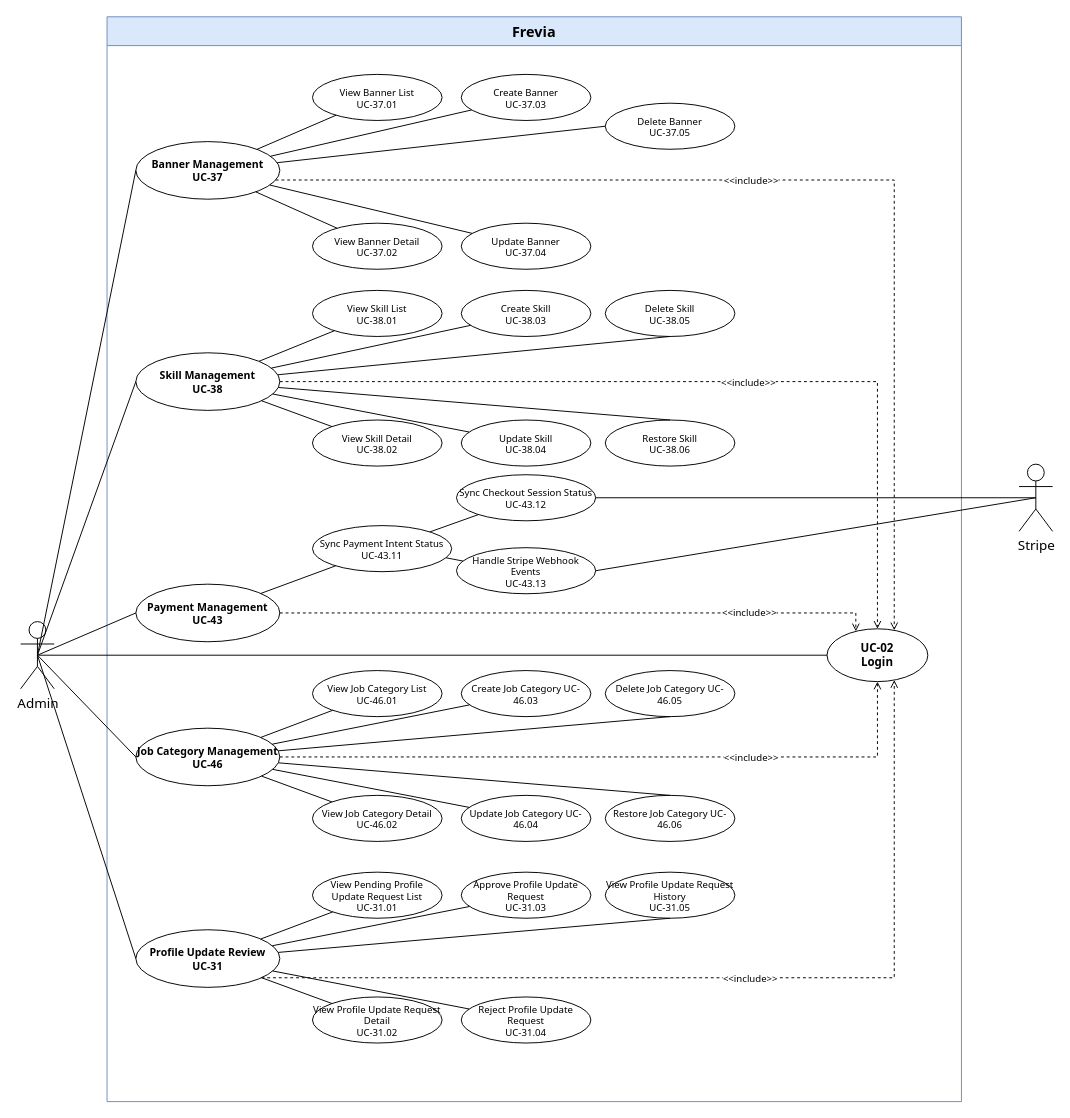
Above: page "Admin 4/4" (4 of 4) of uc-diagrams/Admin.drawio in Thunggg/Frevia (draw.io), before the change. Source tidied: cells renumbered, new cells numbered last; positions are measured from the earlier drawing's top-left corner, leaving out a move shared by most shapes. Both pictures are drawn from the tidied source at 96%, with x=0, y=0 at pixel (20, 16).
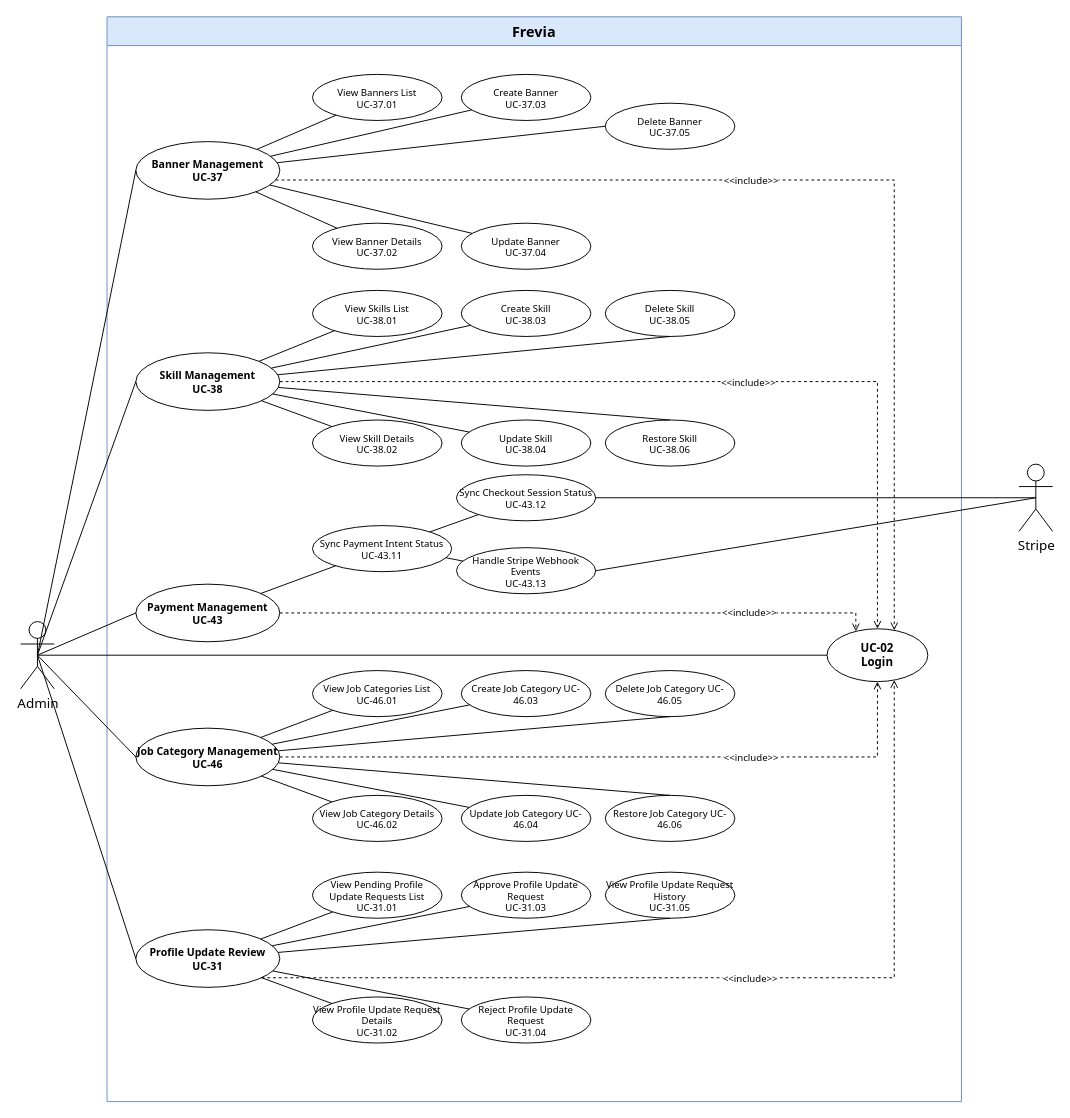
Above is the later version.

Unchanged cells that the change refers to:
```xml
<mxCell id="2" value="Frevia" style="swimlane;whiteSpace=wrap;html=1;startSize=30;fontSize=15;fontFamily=Tahoma;fontStyle=1;fillColor=#dae8fc;strokeColor=#6c8ebf;" parent="1" vertex="1">
  <mxGeometry x="90" width="890" height="1130" as="geometry" />
</mxCell>
```

What changed in the source:
```diff
@@
-    <mxCell id="5" value="View Banner List&#10;UC-37.01" style="ellipse;whiteSpace=wrap;html=1;fontSize=10;fontFamily=Tahoma;fillColor=#ffffff;strokeColor=#000000;" parent="2" vertex="1">
+    <mxCell id="5" value="View Banners List&#10;UC-37.01" style="ellipse;whiteSpace=wrap;html=1;fontSize=10;fontFamily=Tahoma;fillColor=#ffffff;strokeColor=#000000;" parent="2" vertex="1">
       <mxGeometry x="214" y="60" width="135" height="48" as="geometry" />
     </mxCell>
-    <mxCell id="6" value="View Banner Detail&#10;UC-37.02" style="ellipse;whiteSpace=wrap;html=1;fontSize=10;fontFamily=Tahoma;fillColor=#ffffff;strokeColor=#000000;" parent="2" vertex="1">
+    <mxCell id="6" value="View Banner Details&#10;UC-37.02" style="ellipse;whiteSpace=wrap;html=1;fontSize=10;fontFamily=Tahoma;fillColor=#ffffff;strokeColor=#000000;" parent="2" vertex="1">
       <mxGeometry x="214" y="215" width="135" height="48" as="geometry" />
     </mxCell>
@@
-    <mxCell id="16" value="View Skill List&#10;UC-38.01" style="ellipse;whiteSpace=wrap;html=1;fontSize=10;fontFamily=Tahoma;fillColor=#ffffff;strokeColor=#000000;" parent="2" vertex="1">
+    <mxCell id="16" value="View Skills List&#10;UC-38.01" style="ellipse;whiteSpace=wrap;html=1;fontSize=10;fontFamily=Tahoma;fillColor=#ffffff;strokeColor=#000000;" parent="2" vertex="1">
       <mxGeometry x="214" y="285" width="135" height="48" as="geometry" />
     </mxCell>
-    <mxCell id="17" value="View Skill Detail&#10;UC-38.02" style="ellipse;whiteSpace=wrap;html=1;fontSize=10;fontFamily=Tahoma;fillColor=#ffffff;strokeColor=#000000;" parent="2" vertex="1">
+    <mxCell id="17" value="View Skill Details&#10;UC-38.02" style="ellipse;whiteSpace=wrap;html=1;fontSize=10;fontFamily=Tahoma;fillColor=#ffffff;strokeColor=#000000;" parent="2" vertex="1">
       <mxGeometry x="214" y="420" width="135" height="48" as="geometry" />
     </mxCell>
@@
-    <mxCell id="32" value="View Job Category List&#10;UC-46.01" style="ellipse;whiteSpace=wrap;html=1;fontSize=10;fontFamily=Tahoma;fillColor=#ffffff;strokeColor=#000000;" parent="2" vertex="1">
+    <mxCell id="32" value="View Job Categories List&#10;UC-46.01" style="ellipse;whiteSpace=wrap;html=1;fontSize=10;fontFamily=Tahoma;fillColor=#ffffff;strokeColor=#000000;" parent="2" vertex="1">
       <mxGeometry x="214" y="681" width="135" height="48" as="geometry" />
     </mxCell>
-    <mxCell id="33" value="View Job Category Detail&#10;UC-46.02" style="ellipse;whiteSpace=wrap;html=1;fontSize=10;fontFamily=Tahoma;fillColor=#ffffff;strokeColor=#000000;" parent="2" vertex="1">
+    <mxCell id="33" value="View Job Category Details&#10;UC-46.02" style="ellipse;whiteSpace=wrap;html=1;fontSize=10;fontFamily=Tahoma;fillColor=#ffffff;strokeColor=#000000;" parent="2" vertex="1">
       <mxGeometry x="214" y="811" width="135" height="48" as="geometry" />
     </mxCell>
@@
-    <mxCell id="43" value="View Pending Profile Update Request List&#10;UC-31.01" style="ellipse;whiteSpace=wrap;html=1;fontSize=10;fontFamily=Tahoma;fillColor=#ffffff;strokeColor=#000000;" parent="2" vertex="1">
+    <mxCell id="43" value="View Pending Profile Update Requests List&#10;UC-31.01" style="ellipse;whiteSpace=wrap;html=1;fontSize=10;fontFamily=Tahoma;fillColor=#ffffff;strokeColor=#000000;" parent="2" vertex="1">
       <mxGeometry x="214" y="891" width="135" height="48" as="geometry" />
     </mxCell>
-    <mxCell id="44" value="View Profile Update Request Detail&#10;UC-31.02" style="ellipse;whiteSpace=wrap;html=1;fontSize=10;fontFamily=Tahoma;fillColor=#ffffff;strokeColor=#000000;" parent="2" vertex="1">
+    <mxCell id="44" value="View Profile Update Request Details&#10;UC-31.02" style="ellipse;whiteSpace=wrap;html=1;fontSize=10;fontFamily=Tahoma;fillColor=#ffffff;strokeColor=#000000;" parent="2" vertex="1">
       <mxGeometry x="214" y="1021" width="135" height="48" as="geometry" />
     </mxCell>
```
